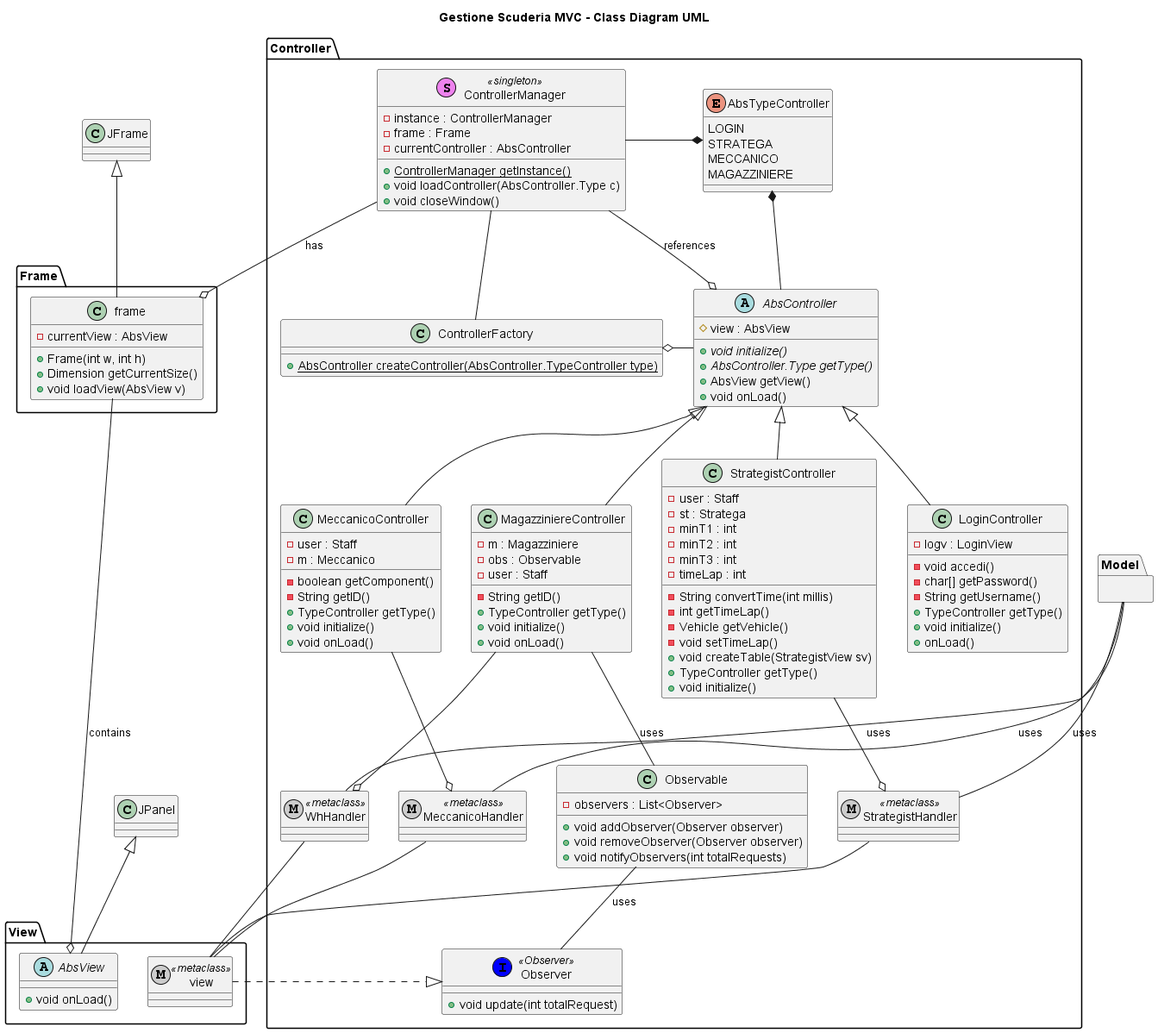
IngSW-unipv/Progetto-S24 keeps this PlantUML diagram as project_document/SECTOR1-UML/UML/MVC_UML/MVC_UML.png. Above is the earlier version. Source of this version:
```plantuml
@startuml

title Gestione Scuderia MVC - Class Diagram UML

package Controller{
    abstract class AbsController {
        # view : AbsView
        + {abstract} void initialize()
        + {abstract} AbsController.Type getType()
        + AbsView getView()
        + void onLoad()
    }

    enum AbsTypeController {
        LOGIN
        STRATEGA
        MECCANICO
        MAGAZZINIERE
    }

    class ControllerFactory{
      + {static}AbsController createController(AbsController.TypeController type)
    }

    class ControllerManager << (S,Violet) singleton >> {
     - instance : ControllerManager
     - frame : Frame
     - currentController : AbsController
     + {static} ControllerManager getInstance()
     + void loadController(AbsController.Type c)
     + void closeWindow()
    }

   class LoginController{
     - logv : LoginView
     - void accedi()
     - char[] getPassword()
     - String getUsername()
     + TypeController getType()
     + void initialize()
     + onLoad()
   }

   class MagazziniereController{
     - m : Magazziniere
     - obs : Observable
     - user : Staff
     - String getID()
     + TypeController getType()
     + void initialize()
     + void onLoad()
   }

   metaclass WhHandler << metaclass >>
   metaclass MeccanicoHandler << metaclass >>
   metaclass StrategistHandler << metaclass >>

  class MeccanicoController{
    - user : Staff
    - m : Meccanico
    - boolean getComponent()
    - String getID()
    + TypeController getType()
    + void initialize()
    + void onLoad()
  }

  class Observable{
    - observers : List<Observer>
    + void addObserver(Observer observer)
    + void removeObserver(Observer observer)
    + void notifyObservers(int totalRequests)
  }

  class Observer << (I,BLUE) Observer >> {
    + void update(int totalRequest)
  }


  class StrategistController{
    - user : Staff
    - st : Stratega
    - minT1 : int
    - minT2 : int
    - minT3 : int
    - timeLap : int
    - String convertTime(int millis)
    - int getTimeLap()
    - Vehicle getVehicle()
    - void setTimeLap()
    + void createTable(StrategistView sv)
    + TypeController getType()
    + void initialize()
  }


 ControllerManager --o AbsController : references
 ControllerManager -- ControllerFactory


 LoginController -up-|> AbsController
 MeccanicoController -up-|> AbsController
 MagazziniereController -up-|> AbsController

 StrategistController -up-|> AbsController

 MeccanicoController --o MeccanicoHandler

 MagazziniereController --o WhHandler

 StrategistController --o StrategistHandler

 AbsController -up-* AbsTypeController
 AbsController -right-o ControllerFactory
 ControllerManager -left-* AbsTypeController
 MagazziniereController -- Observable : uses
 Observable -down- Observer : uses

}

package View{
    metaclass view << metaclass >>

    abstract class AbsView{
        + void onLoad()
    }
}

AbsView -up-|> JPanel


package Model{

}

package Frame{
  class frame{
    - currentView : AbsView
    + Frame(int w, int h)
    + Dimension getCurrentSize()
    + void loadView(AbsView v)
  }

  frame --o AbsView : contains
  ControllerManager --o frame : has
}



view -.|> Observer

MeccanicoHandler -up- Model : uses
StrategistHandler -up- Model  : uses
WhHandler -up- Model : uses

WhHandler -- view
MeccanicoHandler -- view
StrategistHandler -- view

frame -up-|> JFrame

@enduml
```
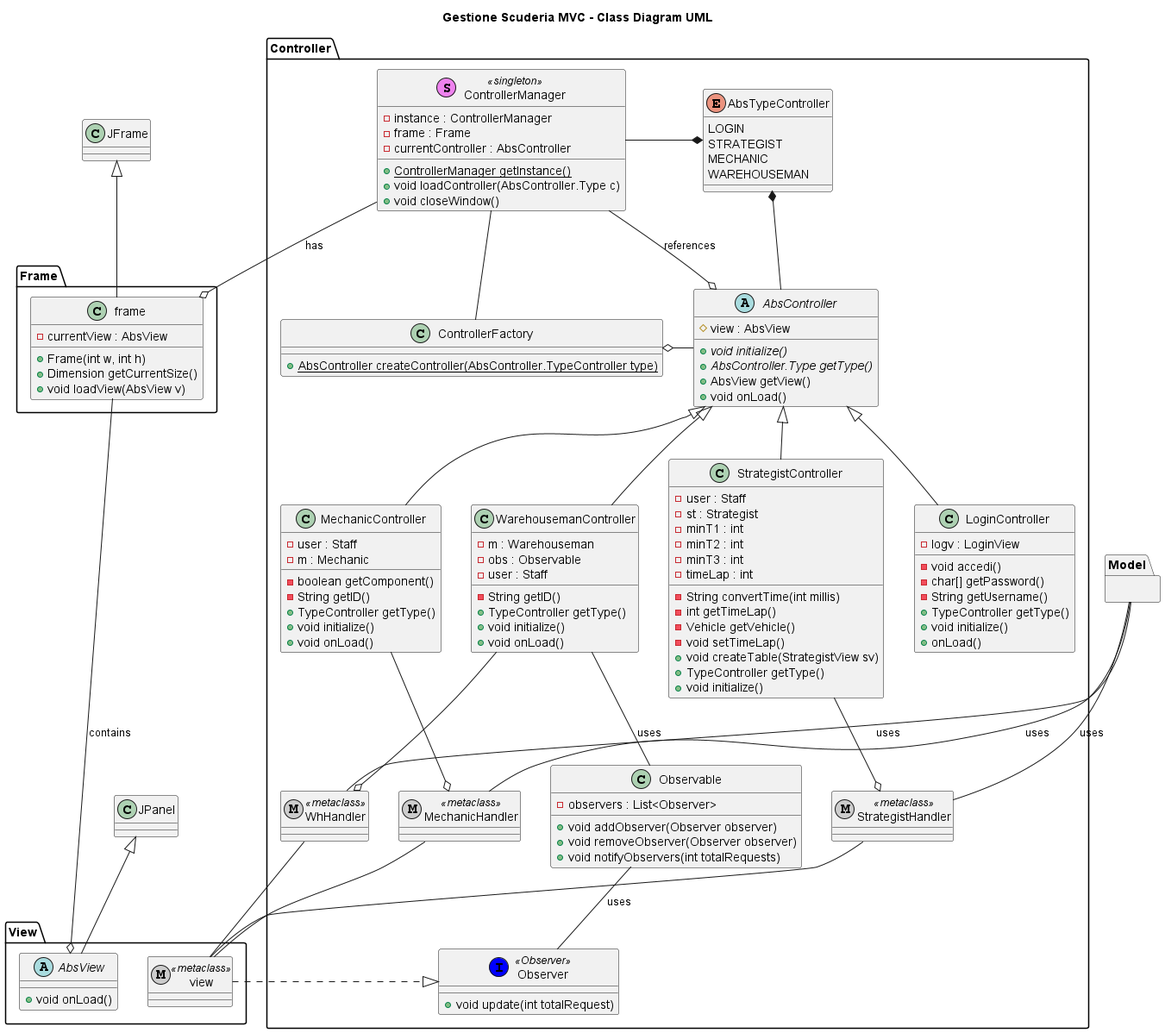
The same diagram one commit later.

The edit, as a diff of the source:
```diff
@@ -13,9 +13,9 @@
 
     enum AbsTypeController {
         LOGIN
-        STRATEGA
-        MECCANICO
-        MAGAZZINIERE
+        STRATEGIST
+        MECHANIC
+        WAREHOUSEMAN
     }
 
     class ControllerFactory{
@@ -41,8 +41,8 @@
      + onLoad()
    }
 
-   class MagazziniereController{
-     - m : Magazziniere
+   class WarehousemanController{
+     - m : Warehouseman
      - obs : Observable
      - user : Staff
      - String getID()
@@ -52,12 +52,12 @@
    }
 
    metaclass WhHandler << metaclass >>
-   metaclass MeccanicoHandler << metaclass >>
+   metaclass MechanicHandler << metaclass >>
    metaclass StrategistHandler << metaclass >>
 
-  class MeccanicoController{
+  class MechanicController{
     - user : Staff
-    - m : Meccanico
+    - m : Mechanic
     - boolean getComponent()
     - String getID()
     + TypeController getType()
@@ -79,7 +79,7 @@
 
   class StrategistController{
     - user : Staff
-    - st : Stratega
+    - st : Strategist
     - minT1 : int
     - minT2 : int
     - minT3 : int
@@ -99,21 +99,21 @@
 
 
  LoginController -up-|> AbsController
- MeccanicoController -up-|> AbsController
- MagazziniereController -up-|> AbsController
+ MechanicController -up-|> AbsController
+ WarehousemanController -up-|> AbsController
 
  StrategistController -up-|> AbsController
 
- MeccanicoController --o MeccanicoHandler
+ MechanicController --o MechanicHandler
 
- MagazziniereController --o WhHandler
+ WarehousemanController --o WhHandler
 
  StrategistController --o StrategistHandler
 
  AbsController -up-* AbsTypeController
  AbsController -right-o ControllerFactory
  ControllerManager -left-* AbsTypeController
- MagazziniereController -- Observable : uses
+ WarehousemanController -- Observable : uses
  Observable -down- Observer : uses
 
 }
@@ -149,12 +149,12 @@
 
 view -.|> Observer
 
-MeccanicoHandler -up- Model : uses
+MechanicHandler -up- Model : uses
 StrategistHandler -up- Model  : uses
 WhHandler -up- Model : uses
 
 WhHandler -- view
-MeccanicoHandler -- view
+MechanicHandler -- view
 StrategistHandler -- view
 
 frame -up-|> JFrame
```
